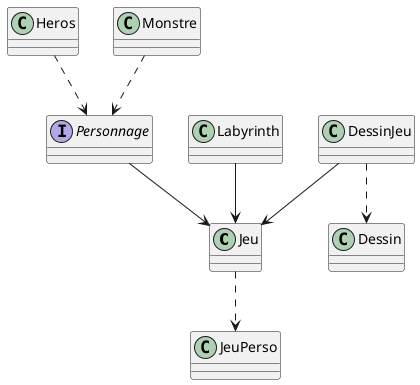
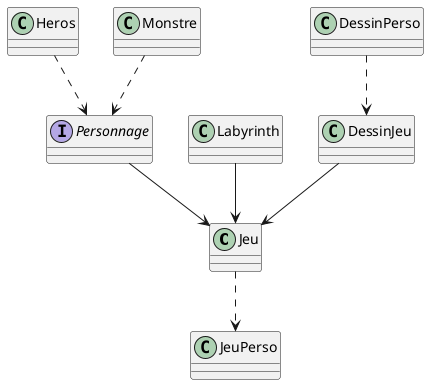
@startuml
'https://plantuml.com/class-diagram

class Jeu

interface Personnage{
}
class Heros{
}
class Monstre{
}

class Labyrinth{

}

- class Dessin{
+ class DessinPerso{
}
class DessinJeu{
}

class JeuPerso{
}

Heros ..> Personnage
Monstre ..> Personnage
Personnage --> Jeu
Labyrinth --> Jeu
- DessinJeu --> Jeu
- DessinJeu ..> Dessin
Jeu ..> JeuPerso
- 
+ DessinPerso..>DessinJeu
+ DessinJeu-->Jeu


@enduml